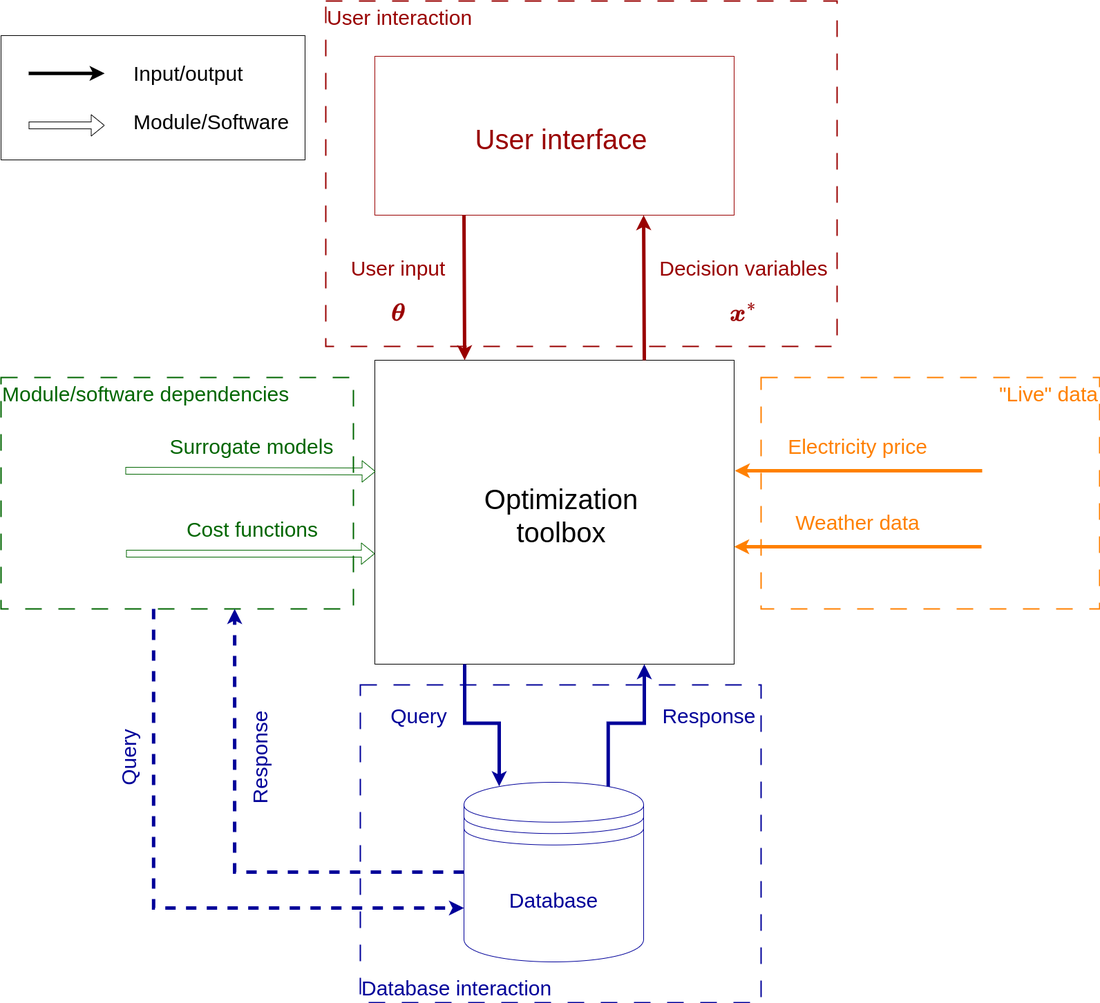
Earlier version of the draw.io export docs/top_level.png (bwolleswinkel/TWAIN-4.1-MOCT). Source tidied: cells renumbered, new cells last; positions are measured from the earlier drawing's top-left corner, leaving out a move shared by most shapes.
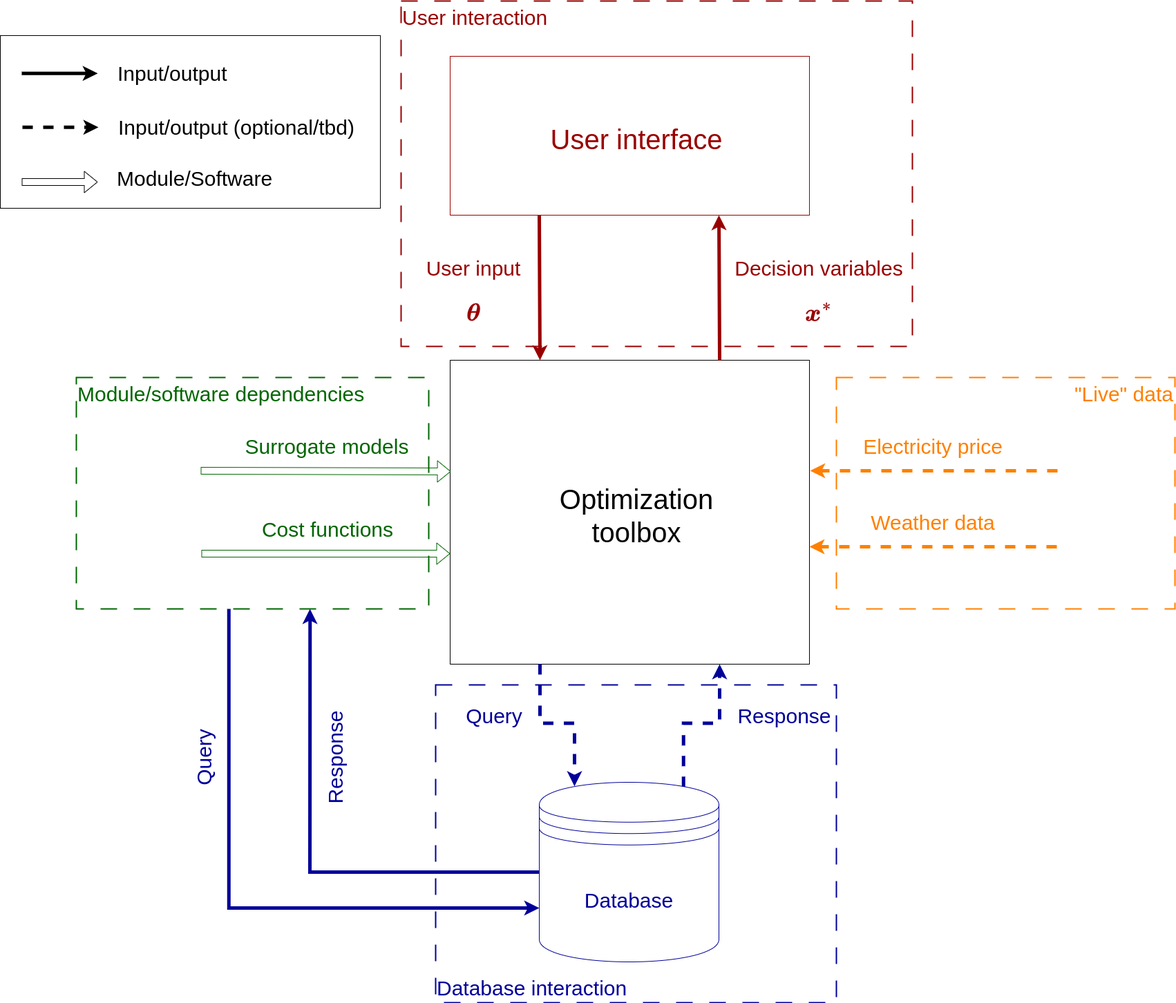
Above is the later version.

Change to the diagram source:
```diff
@@ -2,6 +2,9 @@
   <root>
     <mxCell id="0" />
     <mxCell id="1" parent="0" />
+    <mxCell id="33" style="rounded=0;whiteSpace=wrap;html=1;fillColor=none;" parent="1" vertex="1">
+      <mxGeometry x="-110" y="50" width="550" height="250" as="geometry" />
+    </mxCell>
     <mxCell id="2" value="&lt;font style=&quot;font-size: 30px; color: rgb(153, 0, 0);&quot;&gt;User interaction&lt;/font&gt;" style="rounded=0;whiteSpace=wrap;html=1;fillColor=none;strokeColor=#990000;dashed=1;dashPattern=12 12;strokeWidth=2;align=left;verticalAlign=top;fontColor=#006600;" parent="1" vertex="1">
       <mxGeometry x="470" width="740" height="500" as="geometry" />
     </mxCell>
@@ -27,10 +30,10 @@
         <mxPoint x="930" y="310" as="targetPoint" />
       </mxGeometry>
     </mxCell>
-    <mxCell id="9" style="endArrow=classic;html=1;rounded=0;strokeWidth=5;exitX=0.25;exitY=1;exitDx=0;exitDy=0;entryX=0.196;entryY=0.022;entryDx=0;entryDy=0;entryPerimeter=0;strokeColor=#000099;edgeStyle=orthogonalEdgeStyle;" parent="1" edge="1" source="5" target="15">
+    <mxCell id="9" style="endArrow=classic;html=1;rounded=0;strokeWidth=5;exitX=0.25;exitY=1;exitDx=0;exitDy=0;entryX=0.196;entryY=0.022;entryDx=0;entryDy=0;entryPerimeter=0;strokeColor=#000099;edgeStyle=orthogonalEdgeStyle;dashed=1;" parent="1" edge="1" source="5" target="15">
       <mxGeometry relative="1" as="geometry" />
     </mxCell>
-    <mxCell id="10" style="endArrow=classic;html=1;rounded=0;strokeWidth=5;entryX=0.75;entryY=1;entryDx=0;entryDy=0;exitX=0.803;exitY=0.026;exitDx=0;exitDy=0;exitPerimeter=0;strokeColor=#000099;edgeStyle=orthogonalEdgeStyle;" parent="1" edge="1" source="15" target="5">
+    <mxCell id="10" style="endArrow=classic;html=1;rounded=0;strokeWidth=5;entryX=0.75;entryY=1;entryDx=0;entryDy=0;exitX=0.803;exitY=0.026;exitDx=0;exitDy=0;exitPerimeter=0;strokeColor=#000099;edgeStyle=orthogonalEdgeStyle;dashed=1;" parent="1" edge="1" source="15" target="5">
       <mxGeometry relative="1" as="geometry" />
     </mxCell>
     <mxCell id="11" value="&lt;div&gt;User input&lt;/div&gt;&lt;div&gt;\[\boldsymbol{\theta}\]&lt;/div&gt;" style="text;html=1;align=center;verticalAlign=middle;whiteSpace=wrap;rounded=0;fontSize=30;fontFamily=Helvetica;fontColor=#990000;" parent="1" vertex="1">
@@ -75,22 +78,22 @@
     <mxCell id="22" value="Weather data" style="text;html=1;align=center;verticalAlign=middle;whiteSpace=wrap;rounded=0;fontSize=30;fontColor=#FF8000;" parent="1" vertex="1">
       <mxGeometry x="1110" y="710" width="260" height="90" as="geometry" />
     </mxCell>
-    <mxCell id="23" style="endArrow=classic;html=1;rounded=0;entryX=0.25;entryY=0;entryDx=0;entryDy=0;strokeWidth=5;fontColor=#990000;strokeColor=#FF8000;" parent="1" edge="1">
+    <mxCell id="23" style="endArrow=classic;html=1;rounded=0;entryX=0.25;entryY=0;entryDx=0;entryDy=0;strokeWidth=5;fontColor=#990000;strokeColor=#FF8000;dashed=1;" parent="1" edge="1">
       <mxGeometry relative="1" as="geometry">
         <mxPoint x="1420" y="680" as="sourcePoint" />
         <mxPoint x="1062" y="680" as="targetPoint" />
       </mxGeometry>
     </mxCell>
-    <mxCell id="24" style="endArrow=classic;html=1;rounded=0;entryX=0.25;entryY=0;entryDx=0;entryDy=0;strokeWidth=5;fontColor=#990000;strokeColor=#FF8000;" parent="1" edge="1">
+    <mxCell id="24" style="endArrow=classic;html=1;rounded=0;entryX=0.25;entryY=0;entryDx=0;entryDy=0;strokeWidth=5;fontColor=#990000;strokeColor=#FF8000;dashed=1;" parent="1" edge="1">
       <mxGeometry relative="1" as="geometry">
         <mxPoint x="1419" y="790" as="sourcePoint" />
         <mxPoint x="1061" y="790" as="targetPoint" />
       </mxGeometry>
     </mxCell>
-    <mxCell id="25" style="endArrow=classic;html=1;rounded=0;strokeWidth=5;strokeColor=#000099;edgeStyle=orthogonalEdgeStyle;entryX=0;entryY=0.7;entryDx=0;entryDy=0;dashed=1;exitX=0.433;exitY=1;exitDx=0;exitDy=0;exitPerimeter=0;" parent="1" edge="1" source="3" target="15">
+    <mxCell id="25" style="endArrow=classic;html=1;rounded=0;strokeWidth=5;strokeColor=#000099;edgeStyle=orthogonalEdgeStyle;entryX=0;entryY=0.7;entryDx=0;entryDy=0;exitX=0.433;exitY=1;exitDx=0;exitDy=0;exitPerimeter=0;" parent="1" edge="1" source="3" target="15">
       <mxGeometry relative="1" as="geometry" />
     </mxCell>
-    <mxCell id="26" style="endArrow=classic;html=1;rounded=0;strokeWidth=5;entryX=0.663;entryY=1;entryDx=0;entryDy=0;exitX=0;exitY=0.5;exitDx=0;exitDy=0;strokeColor=#000099;edgeStyle=orthogonalEdgeStyle;dashed=1;entryPerimeter=0;" parent="1" edge="1" source="15" target="3">
+    <mxCell id="26" style="endArrow=classic;html=1;rounded=0;strokeWidth=5;entryX=0.663;entryY=1;entryDx=0;entryDy=0;exitX=0;exitY=0.5;exitDx=0;exitDy=0;strokeColor=#000099;edgeStyle=orthogonalEdgeStyle;entryPerimeter=0;" parent="1" edge="1" source="15" target="3">
       <mxGeometry relative="1" as="geometry" />
     </mxCell>
     <mxCell id="27" value="Query" style="text;html=1;align=center;verticalAlign=middle;whiteSpace=wrap;rounded=0;fontSize=30;strokeColor=none;fontColor=#000099;rotation=270;" parent="1" vertex="1">
@@ -101,24 +104,30 @@
     </mxCell>
     <mxCell id="29" style="shape=flexArrow;endArrow=classic;html=1;rounded=0;strokeColor=#000000;" parent="1" edge="1">
       <mxGeometry relative="1" as="geometry">
-        <mxPoint x="40" y="180" as="sourcePoint" />
-        <mxPoint x="150" y="180" as="targetPoint" />
+        <mxPoint x="-79" y="262" as="sourcePoint" />
+        <mxPoint x="31" y="262" as="targetPoint" />
       </mxGeometry>
     </mxCell>
     <mxCell id="30" style="endArrow=classic;html=1;rounded=0;entryX=0.25;entryY=0;entryDx=0;entryDy=0;strokeWidth=5;fontColor=#990000;strokeColor=#000000;" parent="1" edge="1">
       <mxGeometry relative="1" as="geometry">
-        <mxPoint x="40" y="104.7" as="sourcePoint" />
-        <mxPoint x="150" y="104.7" as="targetPoint" />
+        <mxPoint x="-79" y="104.7" as="sourcePoint" />
+        <mxPoint x="31" y="104.7" as="targetPoint" />
       </mxGeometry>
     </mxCell>
     <mxCell id="31" value="&lt;font style=&quot;font-size: 30px;&quot;&gt;Input/output&lt;/font&gt;" style="text;html=1;align=left;verticalAlign=middle;whiteSpace=wrap;rounded=0;" parent="1" vertex="1">
-      <mxGeometry x="190" y="90" width="270" height="30" as="geometry" />
+      <mxGeometry x="58" y="90" width="270" height="30" as="geometry" />
     </mxCell>
     <mxCell id="32" value="&lt;font style=&quot;font-size: 30px;&quot;&gt;Module/Software&lt;/font&gt;" style="text;html=1;align=left;verticalAlign=middle;whiteSpace=wrap;rounded=0;" parent="1" vertex="1">
-      <mxGeometry x="190" y="160" width="250" height="30" as="geometry" />
+      <mxGeometry x="57" y="242" width="250" height="30" as="geometry" />
     </mxCell>
-    <mxCell id="33" style="rounded=0;whiteSpace=wrap;html=1;fillColor=none;" parent="1" vertex="1">
-      <mxGeometry y="50" width="440" height="180" as="geometry" />
-    </mxCell>
+    <mxCell id="34" style="endArrow=classic;html=1;rounded=0;entryX=0.25;entryY=0;entryDx=0;entryDy=0;strokeWidth=5;fontColor=#990000;strokeColor=#000000;dashed=1;" parent="1" edge="1">
+      <mxGeometry relative="1" as="geometry">
+        <mxPoint x="-78" y="182.7" as="sourcePoint" />
+        <mxPoint x="32" y="182.7" as="targetPoint" />
+      </mxGeometry>
+    </mxCell>
+    <mxCell id="35" value="&lt;font style=&quot;font-size: 30px;&quot;&gt;Input/output (optional/tbd)&lt;/font&gt;" style="text;html=1;align=left;verticalAlign=middle;whiteSpace=wrap;rounded=0;" parent="1" vertex="1">
+      <mxGeometry x="59" y="168" width="367" height="30" as="geometry" />
+    </mxCell>
   </root>
 </mxGraphModel>
```
